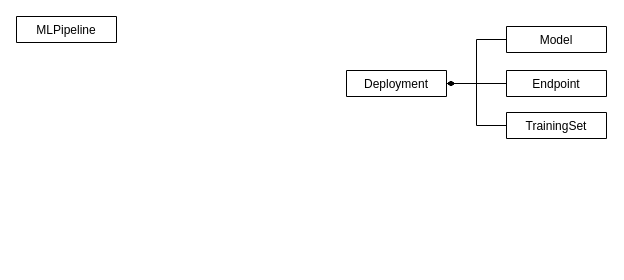
Earlier version of the draw.io diagram Untitled Diagram.drawio (mserranom/test). Source tidied: cells renumbered, new cells numbered last; positions are measured from the earlier drawing's top-left corner, leaving out a move shared by most shapes. Both pictures are drawn from the tidied source at 100%, with x=0, y=0 at pixel (16, 16).
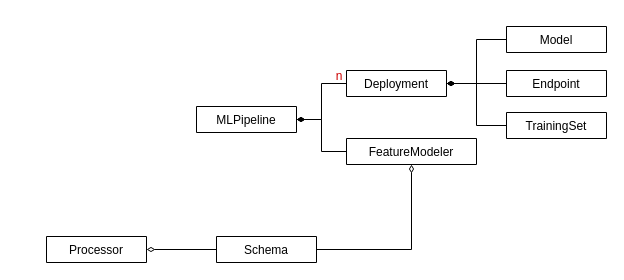
The same page after the edit.

The edit, as a diff of the source:
```diff
@@
 <mxGraphModel>
   <root>
     <mxCell id="0" />
     <mxCell id="1" parent="0" />
+    <mxCell id="10" style="edgeStyle=orthogonalEdgeStyle;rounded=0;jettySize=auto;html=1;exitX=1;exitY=0.5;exitDx=0;exitDy=0;entryX=0;entryY=0.5;entryDx=0;entryDy=0;startArrow=diamondThin;startFill=1;endArrow=none;endFill=0;labelPosition=right;verticalLabelPosition=top;align=left;verticalAlign=bottom;" parent="1" edge="1" source="2" target="9">
+      <mxGeometry relative="1" as="geometry" />
+    </mxCell>
+    <mxCell id="11" style="edgeStyle=orthogonalEdgeStyle;rounded=0;jettySize=auto;html=1;exitX=1;exitY=0.5;exitDx=0;exitDy=0;entryX=0;entryY=0.5;entryDx=0;entryDy=0;startArrow=diamondThin;startFill=1;endArrow=none;endFill=0;" parent="1" edge="1" source="2" target="13">
+      <mxGeometry relative="1" as="geometry" />
+    </mxCell>
     <mxCell id="2" value="MLPipeline" style="swimlane;fontStyle=0;horizontal=1;startSize=26;fillColor=none;" parent="1" vertex="1" collapsed="1">
-      <mxGeometry width="100" height="26" as="geometry" />
+      <mxGeometry x="180" y="90" width="100" height="26" as="geometry" />
     </mxCell>
     <mxCell id="3" value="Model" style="swimlane;fontStyle=0;horizontal=1;startSize=26;fillColor=none;" parent="1" vertex="1" collapsed="1">
       <mxGeometry x="490" y="10" width="100" height="26" as="geometry" />
     </mxCell>
     <mxCell id="4" value="Endpoint" style="swimlane;fontStyle=0;horizontal=1;startSize=26;fillColor=none;" parent="1" vertex="1" collapsed="1">
       <mxGeometry x="490" y="54" width="100" height="26" as="geometry" />
     </mxCell>
     <mxCell id="5" value="TrainingSet" style="swimlane;fontStyle=0;horizontal=1;startSize=26;fillColor=none;" parent="1" vertex="1" collapsed="1">
       <mxGeometry x="490" y="96" width="100" height="26" as="geometry" />
     </mxCell>
     <mxCell id="6" style="edgeStyle=orthogonalEdgeStyle;rounded=0;jettySize=auto;html=1;exitX=1;exitY=0.5;exitDx=0;exitDy=0;entryX=0;entryY=0.5;entryDx=0;entryDy=0;endArrow=none;endFill=0;startArrow=diamondThin;startFill=1;" parent="1" edge="1" source="9" target="3">
       <mxGeometry relative="1" as="geometry" />
     </mxCell>
     <mxCell id="7" style="edgeStyle=orthogonalEdgeStyle;rounded=0;jettySize=auto;html=1;exitX=1;exitY=0.5;exitDx=0;exitDy=0;entryX=0;entryY=0.5;entryDx=0;entryDy=0;startArrow=diamondThin;startFill=1;endArrow=none;endFill=0;" parent="1" edge="1" source="9" target="4">
       <mxGeometry relative="1" as="geometry" />
     </mxCell>
     <mxCell id="8" style="edgeStyle=orthogonalEdgeStyle;rounded=0;jettySize=auto;html=1;exitX=1;exitY=0.5;exitDx=0;exitDy=0;entryX=0;entryY=0.5;entryDx=0;entryDy=0;startArrow=diamondThin;startFill=1;endArrow=none;endFill=0;" parent="1" edge="1" source="9" target="5">
       <mxGeometry relative="1" as="geometry" />
     </mxCell>
     <mxCell id="9" value="Deployment" style="swimlane;fontStyle=0;horizontal=1;startSize=26;fillColor=none;" parent="1" vertex="1" collapsed="1">
       <mxGeometry x="330" y="54" width="100" height="26" as="geometry" />
     </mxCell>
+    <mxCell id="12" style="edgeStyle=orthogonalEdgeStyle;rounded=0;jettySize=auto;html=1;exitX=0.5;exitY=1;exitDx=0;exitDy=0;entryX=1;entryY=0.5;entryDx=0;entryDy=0;startArrow=diamondThin;startFill=0;endArrow=none;endFill=0;" parent="1" edge="1" source="13" target="14">
+      <mxGeometry relative="1" as="geometry" />
+    </mxCell>
+    <mxCell id="13" value="FeatureModeler" style="swimlane;fontStyle=0;horizontal=1;startSize=26;fillColor=none;" parent="1" vertex="1" collapsed="1">
+      <mxGeometry x="330" y="122" width="130" height="26" as="geometry" />
+    </mxCell>
+    <mxCell id="14" value="Schema" style="swimlane;fontStyle=0;horizontal=1;startSize=26;fillColor=none;" parent="1" vertex="1" collapsed="1">
+      <mxGeometry x="200" y="220" width="100" height="26" as="geometry" />
+    </mxCell>
+    <mxCell id="15" value="n" style="text;html=1;strokeColor=none;fillColor=none;align=center;verticalAlign=middle;whiteSpace=wrap;rounded=0;fontColor=#CC0000;" parent="1" vertex="1">
+      <mxGeometry x="303" y="50" width="40" height="20" as="geometry" />
+    </mxCell>
+    <mxCell id="16" style="edgeStyle=orthogonalEdgeStyle;rounded=0;jettySize=auto;html=1;exitX=1;exitY=0.5;exitDx=0;exitDy=0;entryX=0;entryY=0.5;entryDx=0;entryDy=0;startArrow=diamondThin;startFill=0;endArrow=none;endFill=0;fontColor=#CC0000;" parent="1" edge="1" source="17" target="14">
+      <mxGeometry relative="1" as="geometry" />
+    </mxCell>
+    <mxCell id="17" value="Processor" style="swimlane;fontStyle=0;horizontal=1;startSize=26;fillColor=none;" parent="1" vertex="1" collapsed="1">
+      <mxGeometry x="30" y="220" width="100" height="26" as="geometry" />
+    </mxCell>
   </root>
 </mxGraphModel>
```
